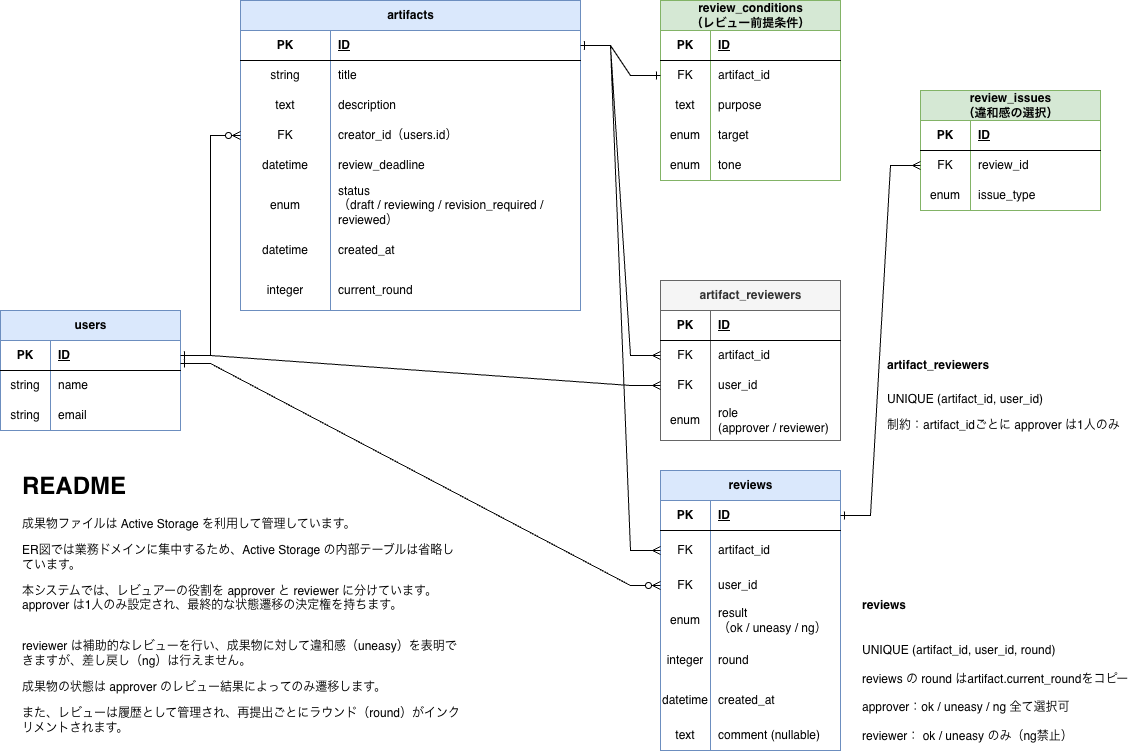
mina-works/prejudge keeps this draw.io diagram as docs/er_diagram.drawio.png. Above is the earlier version. Source tidied: cells renumbered, new cells last; positions are measured from the earlier drawing's top-left corner, leaving out a move shared by most shapes.
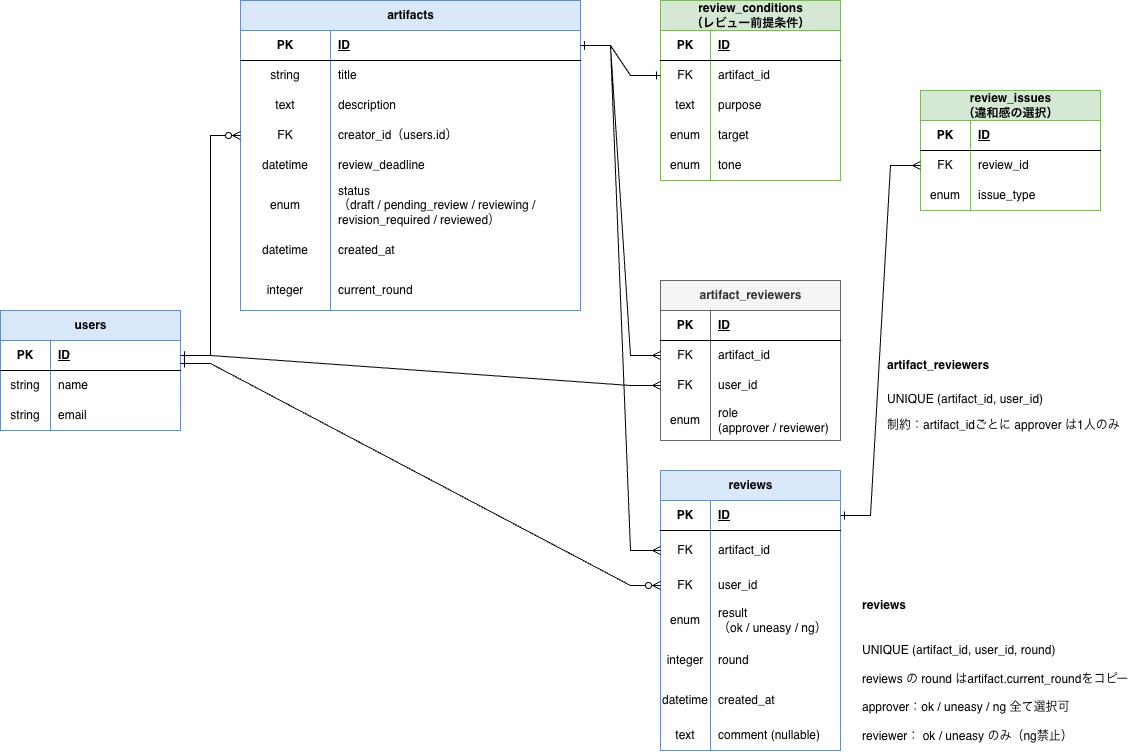
After the commit.

Change to the diagram source:
```diff
@@ -56,7 +56,7 @@
     <mxCell id="19" value="enum" style="shape=partialRectangle;fillColor=none;top=0;left=0;bottom=0;right=0;overflow=hidden;whiteSpace=wrap;html=1;" parent="18" vertex="1">
       <mxGeometry width="90" height="50" as="geometry" />
     </mxCell>
-    <mxCell id="20" value="status&lt;br&gt;（draft / reviewing / revision_required&amp;nbsp;/ reviewed）" style="shape=partialRectangle;fillColor=none;top=0;left=0;bottom=0;right=0;align=left;spacingLeft=6;overflow=hidden;whiteSpace=wrap;html=1;" parent="18" vertex="1">
+    <mxCell id="20" value="status&lt;br&gt;（draft / pending_review / reviewing / revision_required&amp;nbsp;/ reviewed）" style="shape=partialRectangle;fillColor=none;top=0;left=0;bottom=0;right=0;align=left;spacingLeft=6;overflow=hidden;whiteSpace=wrap;html=1;" parent="18" vertex="1">
       <mxGeometry x="90" width="250" height="50" as="geometry" />
     </mxCell>
     <mxCell id="21" style="shape=tableRow;horizontal=0;startSize=0;swimlaneHead=0;swimlaneBody=0;fillColor=none;top=0;left=0;right=0;bottom=0;" parent="2" vertex="1">
@@ -271,9 +271,6 @@
     <mxCell id="89" style="edgeStyle=entityRelationEdgeStyle;fontSize=12;html=1;endArrow=ERzeroToMany;endFill=0;rounded=0;entryX=0;entryY=0.5;entryDx=0;entryDy=0;startArrow=ERone;startFill=0;exitX=1;exitY=0.767;exitDx=0;exitDy=0;exitPerimeter=0;" parent="1" edge="1" source="50" target="34">
       <mxGeometry relative="1" as="geometry" />
     </mxCell>
-    <mxCell id="90" value="&lt;h1 style=&quot;margin-top: 0px;&quot;&gt;README&lt;/h1&gt;&lt;p&gt;成果物ファイルは Active Storage を利用して管理しています。&lt;/p&gt;&lt;p&gt;ER図では業務ドメインに集中するため、&lt;span style=&quot;background-color: transparent; color: light-dark(rgb(0, 0, 0), rgb(255, 255, 255));&quot;&gt;Active Storage の内部テーブルは省略しています。&lt;/span&gt;&lt;/p&gt;&lt;p&gt;&lt;span style=&quot;background-color: transparent;&quot;&gt;本システムでは、レビュアーの役割を approver と reviewer に分けています。&lt;/span&gt;&lt;span style=&quot;background-color: transparent;&quot;&gt;approver は1人のみ設定され、最終的な状態遷移の決定権を持ちます。&lt;/span&gt;&lt;span style=&quot;color: light-dark(rgba(0, 0, 0, 0), rgba(237, 237, 237, 0)); background-color: transparent;&quot;&gt;eviewerの多対多化は中間テーブルで拡張可能です。&lt;/span&gt;&lt;/p&gt;&lt;p&gt;reviewer は補助的なレビューを行い、成果物に対して違和感（uneasy）を表明できますが、&lt;span style=&quot;background-color: transparent; color: light-dark(rgb(0, 0, 0), rgb(255, 255, 255));&quot;&gt;差し戻し（ng）は行えません。&lt;/span&gt;&lt;/p&gt;&lt;p&gt;&lt;span style=&quot;background-color: transparent; color: light-dark(rgb(0, 0, 0), rgb(255, 255, 255));&quot;&gt;成果物の状態は approver のレビュー結果によってのみ遷移します。&lt;/span&gt;&lt;/p&gt;&lt;p&gt;また、レビューは履歴として管理され、&lt;span style=&quot;background-color: transparent; color: light-dark(rgb(0, 0, 0), rgb(255, 255, 255));&quot;&gt;再提出ごとにラウンド（round）がインクリメントされます。&lt;/span&gt;&lt;/p&gt;" style="text;html=1;whiteSpace=wrap;overflow=hidden;rounded=0;" parent="1" vertex="1">
-      <mxGeometry x="20" y="465" width="440" height="285" as="geometry" />
-    </mxCell>
     <mxCell id="91" value="artifact_reviewers" style="shape=table;startSize=30;rowLines=0;fontStyle=1;align=center;html=1;fillColor=#f5f5f5;strokeColor=#666666;fontColor=#333333;" parent="1" vertex="1">
       <mxGeometry x="660" y="280" width="180" height="160" as="geometry" />
     </mxCell>
```
